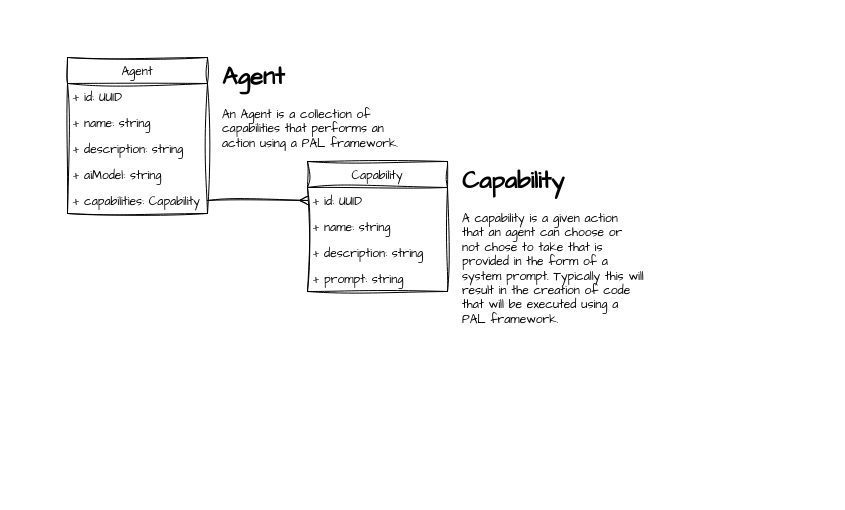
Above: docs/agent.drawio in Magiscribe/Magiscribe-API (draw.io), before the change. Source tidied: cells renumbered, new cells numbered last; positions are measured from the earlier drawing's top-left corner, leaving out a move shared by most shapes. Both pictures are drawn from the tidied source at 100%, with x=0, y=0 at pixel (17, 17).
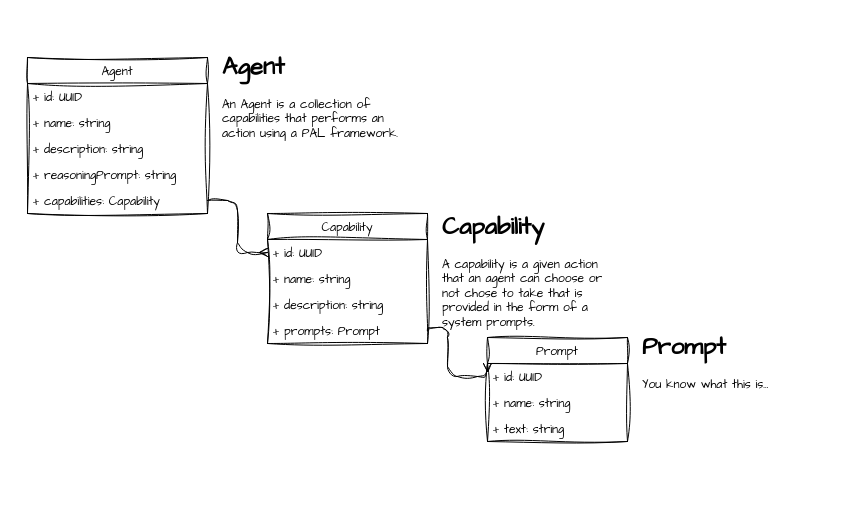
The same page after the edit.

Commit message (it also covers changes not shown here):
CU-86b0x1dw8: Changed agent data model.

The edit, as a diff of the source:
```diff
@@
-    <mxCell id="2" style="rounded=0;whiteSpace=wrap;html=1;fontFamily=Comic Sans MS;strokeColor=none;" parent="1" vertex="1">
-      <mxGeometry width="650" height="360" as="geometry" />
-    </mxCell>
     <mxCell id="3" value="Agent" style="swimlane;fontStyle=0;horizontal=1;startSize=26;fillColor=none;sketch=1;curveFitting=1;jiggle=2;fontFamily=Comic Sans MS;" parent="1" vertex="1">
-      <mxGeometry x="50" y="40" width="140" height="156" as="geometry" />
+      <mxGeometry x="10" y="40" width="180" height="156" as="geometry" />
     </mxCell>
     <mxCell id="4" value="+ id: UUID" style="text;strokeColor=none;fillColor=none;align=left;verticalAlign=top;spacingLeft=4;spacingRight=4;overflow=hidden;sketch=1;curveFitting=1;jiggle=2;fontFamily=Comic Sans MS;" parent="3" vertex="1">
-      <mxGeometry y="26" width="140" height="26" as="geometry" />
+      <mxGeometry y="26" width="180" height="26" as="geometry" />
     </mxCell>
     <mxCell id="5" value="+ name: string" style="text;strokeColor=none;fillColor=none;align=left;verticalAlign=top;spacingLeft=4;spacingRight=4;overflow=hidden;sketch=1;curveFitting=1;jiggle=2;fontFamily=Comic Sans MS;" parent="3" vertex="1">
-      <mxGeometry y="52" width="140" height="26" as="geometry" />
+      <mxGeometry y="52" width="180" height="26" as="geometry" />
     </mxCell>
     <mxCell id="6" value="+ description: string" style="text;strokeColor=none;fillColor=none;align=left;verticalAlign=top;spacingLeft=4;spacingRight=4;overflow=hidden;sketch=1;curveFitting=1;jiggle=2;fontFamily=Comic Sans MS;" parent="3" vertex="1">
-      <mxGeometry y="78" width="140" height="26" as="geometry" />
+      <mxGeometry y="78" width="180" height="26" as="geometry" />
     </mxCell>
-    <mxCell id="7" value="+ aiModel: string" style="text;strokeColor=none;fillColor=none;align=left;verticalAlign=top;spacingLeft=4;spacingRight=4;overflow=hidden;sketch=1;curveFitting=1;jiggle=2;fontFamily=Comic Sans MS;" parent="3" vertex="1">
-      <mxGeometry y="104" width="140" height="26" as="geometry" />
+    <mxCell id="7" value="+ reasoningPrompt: string" style="text;strokeColor=none;fillColor=none;align=left;verticalAlign=top;spacingLeft=4;spacingRight=4;overflow=hidden;sketch=1;curveFitting=1;jiggle=2;fontFamily=Comic Sans MS;" parent="3" vertex="1">
+      <mxGeometry y="104" width="180" height="26" as="geometry" />
     </mxCell>
     <mxCell id="8" value="+ capabilities: Capability" style="text;strokeColor=none;fillColor=none;align=left;verticalAlign=top;spacingLeft=4;spacingRight=4;overflow=hidden;points=[[0,0.5],[1,0.5]];portConstraint=eastwest;sketch=1;curveFitting=1;jiggle=2;fontFamily=Comic Sans MS;" parent="3" vertex="1">
-      <mxGeometry y="130" width="140" height="26" as="geometry" />
+      <mxGeometry y="130" width="180" height="26" as="geometry" />
     </mxCell>
     <mxCell id="9" value="Capability" style="swimlane;fontStyle=0;horizontal=1;startSize=26;fillColor=none;sketch=1;curveFitting=1;jiggle=2;fontFamily=Comic Sans MS;" parent="1" vertex="1">
-      <mxGeometry x="290" y="144" width="140" height="130" as="geometry" />
+      <mxGeometry x="250" y="196" width="160" height="130" as="geometry" />
     </mxCell>
     <mxCell id="10" value="+ id: UUID" style="text;strokeColor=none;fillColor=none;align=left;verticalAlign=top;spacingLeft=4;spacingRight=4;overflow=hidden;points=[[0,0.5],[1,0.5]];portConstraint=eastwest;sketch=1;curveFitting=1;jiggle=2;fontFamily=Comic Sans MS;" parent="9" vertex="1">
-      <mxGeometry y="26" width="140" height="26" as="geometry" />
+      <mxGeometry y="26" width="160" height="26" as="geometry" />
     </mxCell>
     <mxCell id="11" value="+ name: string" style="text;strokeColor=none;fillColor=none;align=left;verticalAlign=top;spacingLeft=4;spacingRight=4;overflow=hidden;sketch=1;curveFitting=1;jiggle=2;fontFamily=Comic Sans MS;" parent="9" vertex="1">
-      <mxGeometry y="52" width="140" height="26" as="geometry" />
+      <mxGeometry y="52" width="160" height="26" as="geometry" />
     </mxCell>
     <mxCell id="12" value="+ description: string" style="text;strokeColor=none;fillColor=none;align=left;verticalAlign=top;spacingLeft=4;spacingRight=4;overflow=hidden;sketch=1;curveFitting=1;jiggle=2;fontFamily=Comic Sans MS;" parent="9" vertex="1">
-      <mxGeometry y="78" width="140" height="26" as="geometry" />
+      <mxGeometry y="78" width="160" height="26" as="geometry" />
     </mxCell>
-    <mxCell id="13" value="+ prompt: string" style="text;strokeColor=none;fillColor=none;align=left;verticalAlign=top;spacingLeft=4;spacingRight=4;overflow=hidden;points=[[0,0.5],[1,0.5]];portConstraint=eastwest;sketch=1;curveFitting=1;jiggle=2;fontFamily=Comic Sans MS;" parent="9" vertex="1">
-      <mxGeometry y="104" width="140" height="26" as="geometry" />
+    <mxCell id="13" value="+ prompts: Prompt" style="text;strokeColor=none;fillColor=none;align=left;verticalAlign=top;spacingLeft=4;spacingRight=4;overflow=hidden;points=[[0,0.5],[1,0.5]];portConstraint=eastwest;sketch=1;curveFitting=1;jiggle=2;fontFamily=Comic Sans MS;" parent="9" vertex="1">
+      <mxGeometry y="104" width="160" height="26" as="geometry" />
     </mxCell>
@@
-    <mxCell id="15" value="&lt;h1&gt;Capability&lt;/h1&gt;&lt;div&gt;A capability is a given action that an agent can choose or not chose to take that is provided in the form of a system prompt. Typically this will result in the creation of code that will be executed using a PAL framework.&lt;/div&gt;" style="text;html=1;strokeColor=none;fillColor=none;spacing=5;spacingTop=-20;whiteSpace=wrap;overflow=hidden;rounded=0;sketch=1;curveFitting=1;jiggle=2;fontFamily=Comic Sans MS;" parent="1" vertex="1">
-      <mxGeometry x="440" y="144" width="190" height="166" as="geometry" />
+    <mxCell id="15" value="&lt;h1&gt;Capability&lt;/h1&gt;&lt;div&gt;A capability is a given action that an agent can choose or not chose to take that is provided in the form of a system prompts.&amp;nbsp;&lt;/div&gt;" style="text;html=1;strokeColor=none;fillColor=none;spacing=5;spacingTop=-20;whiteSpace=wrap;overflow=hidden;rounded=0;sketch=1;curveFitting=1;jiggle=2;fontFamily=Comic Sans MS;" parent="1" vertex="1">
+      <mxGeometry x="420" y="190" width="190" height="166" as="geometry" />
     </mxCell>
     <mxCell id="16" value="&lt;h1&gt;Agent&lt;/h1&gt;&lt;div&gt;An Agent is a collection of capabilities that performs an action using a PAL framework.&lt;/div&gt;" style="text;html=1;strokeColor=none;fillColor=none;spacing=5;spacingTop=-20;whiteSpace=wrap;overflow=hidden;rounded=0;sketch=1;curveFitting=1;jiggle=2;fontFamily=Comic Sans MS;" parent="1" vertex="1">
-      <mxGeometry x="200" y="40" width="190" height="120" as="geometry" />
+      <mxGeometry x="200" y="30" width="190" height="120" as="geometry" />
     </mxCell>
+    <mxCell id="17" value="Prompt" style="swimlane;fontStyle=0;horizontal=1;startSize=26;fillColor=none;sketch=1;curveFitting=1;jiggle=2;fontFamily=Comic Sans MS;" parent="1" vertex="1">
+      <mxGeometry x="470" y="320" width="140" height="104" as="geometry" />
+    </mxCell>
+    <mxCell id="18" value="+ id: UUID" style="text;strokeColor=none;fillColor=none;align=left;verticalAlign=top;spacingLeft=4;spacingRight=4;overflow=hidden;sketch=1;curveFitting=1;jiggle=2;fontFamily=Comic Sans MS;" parent="17" vertex="1">
+      <mxGeometry y="26" width="140" height="26" as="geometry" />
+    </mxCell>
+    <mxCell id="19" value="+ name: string" style="text;strokeColor=none;fillColor=none;align=left;verticalAlign=top;spacingLeft=4;spacingRight=4;overflow=hidden;sketch=1;curveFitting=1;jiggle=2;fontFamily=Comic Sans MS;" parent="17" vertex="1">
+      <mxGeometry y="52" width="140" height="26" as="geometry" />
+    </mxCell>
+    <mxCell id="20" value="+ text: string" style="text;strokeColor=none;fillColor=none;align=left;verticalAlign=top;spacingLeft=4;spacingRight=4;overflow=hidden;sketch=1;curveFitting=1;jiggle=2;fontFamily=Comic Sans MS;" parent="17" vertex="1">
+      <mxGeometry y="78" width="140" height="26" as="geometry" />
+    </mxCell>
+    <mxCell id="21" style="edgeStyle=orthogonalEdgeStyle;html=1;exitX=1;exitY=0.5;exitDx=0;exitDy=0;endArrow=ERmany;endFill=0;sketch=1;curveFitting=1;jiggle=2;fontFamily=Comic Sans MS;entryX=0;entryY=0.25;entryDx=0;entryDy=0;" parent="1" edge="1" source="13" target="17">
+      <mxGeometry relative="1" as="geometry">
+        <Array as="points">
+          <mxPoint x="410" y="310" />
+          <mxPoint x="430" y="310" />
+          <mxPoint x="430" y="359" />
+        </Array>
+      </mxGeometry>
+    </mxCell>
+    <mxCell id="22" value="&lt;h1&gt;Prompt&lt;/h1&gt;&lt;div&gt;You know what this is...&lt;/div&gt;" style="text;html=1;strokeColor=none;fillColor=none;spacing=5;spacingTop=-20;whiteSpace=wrap;overflow=hidden;rounded=0;sketch=1;curveFitting=1;jiggle=2;fontFamily=Comic Sans MS;" parent="1" vertex="1">
+      <mxGeometry x="620" y="310" width="190" height="166" as="geometry" />
+    </mxCell>
```
